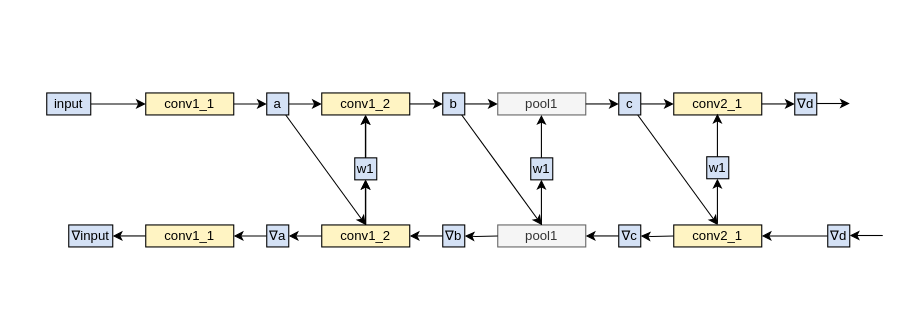
Before: paper1.drawio in icszhr/zhr123nb.github.io, a draw.io diagram. Source tidied: cells renumbered, new cells numbered last; positions are measured from the earlier drawing's top-left corner, leaving out a move shared by most shapes. Both pictures are drawn from the tidied source at 110%, with x=0, y=0 at pixel (46, 92).
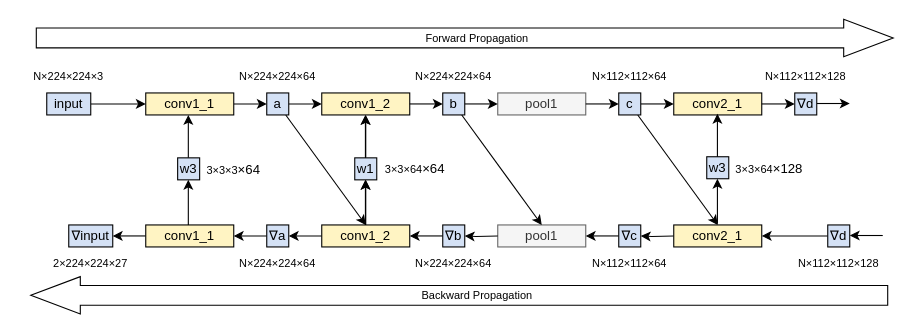
The same diagram, later.

Change to the diagram source:
```diff
@@
-    <mxCell id="48" value="w1" style="rounded=0;whiteSpace=wrap;html=1;fillColor=#D4E1F5;" parent="1" vertex="1">
-      <mxGeometry x="440" y="59" width="20" height="20" as="geometry" />
-    </mxCell>
-    <mxCell id="49" style="edgeStyle=orthogonalEdgeStyle;rounded=0;orthogonalLoop=1;jettySize=auto;html=1;entryX=0.5;entryY=1;entryDx=0;entryDy=0;" parent="1" edge="1">
-      <mxGeometry relative="1" as="geometry">
-        <mxPoint x="449.7" y="120" as="sourcePoint" />
-        <mxPoint x="449.7" y="79" as="targetPoint" />
-      </mxGeometry>
-    </mxCell>
-    <mxCell id="50" style="edgeStyle=orthogonalEdgeStyle;rounded=0;orthogonalLoop=1;jettySize=auto;html=1;entryX=0.5;entryY=1;entryDx=0;entryDy=0;exitX=0.5;exitY=0;exitDx=0;exitDy=0;" parent="1" edge="1">
-      <mxGeometry relative="1" as="geometry">
-        <mxPoint x="449.7" y="59" as="sourcePoint" />
-        <mxPoint x="449.7" y="20" as="targetPoint" />
-      </mxGeometry>
-    </mxCell>
-    <mxCell id="51" value="w1" style="rounded=0;whiteSpace=wrap;html=1;fillColor=#D4E1F5;" parent="1" vertex="1">
+    <mxCell id="51" value="w3" style="rounded=0;whiteSpace=wrap;html=1;fillColor=#D4E1F5;" parent="1" vertex="1">
       <mxGeometry x="600" y="58" width="20" height="20" as="geometry" />
     </mxCell>
@@
+    <mxCell id="54" value="&lt;font style=&quot;font-size: 10px;&quot;&gt;N×224×224×64&lt;/font&gt;" style="text;html=1;strokeColor=none;fillColor=none;align=center;verticalAlign=middle;whiteSpace=wrap;rounded=0;" parent="1" vertex="1">
+      <mxGeometry x="165" y="-40" width="90" height="50" as="geometry" />
+    </mxCell>
+    <mxCell id="55" value="&lt;font style=&quot;font-size: 10px;&quot;&gt;N×224×224×64&lt;/font&gt;" style="text;html=1;strokeColor=none;fillColor=none;align=center;verticalAlign=middle;whiteSpace=wrap;rounded=0;" parent="1" vertex="1">
+      <mxGeometry x="325" y="-40" width="90" height="50" as="geometry" />
+    </mxCell>
+    <mxCell id="56" value="&lt;font style=&quot;font-size: 10px;&quot;&gt;N×112×112×64&lt;/font&gt;" style="text;html=1;strokeColor=none;fillColor=none;align=center;verticalAlign=middle;whiteSpace=wrap;rounded=0;" parent="1" vertex="1">
+      <mxGeometry x="485" y="-40" width="90" height="50" as="geometry" />
+    </mxCell>
+    <mxCell id="57" value="&lt;font style=&quot;font-size: 10px;&quot;&gt;N×112×112×128&lt;/font&gt;" style="text;html=1;strokeColor=none;fillColor=none;align=center;verticalAlign=middle;whiteSpace=wrap;rounded=0;" parent="1" vertex="1">
+      <mxGeometry x="645" y="-40" width="90" height="50" as="geometry" />
+    </mxCell>
+    <mxCell id="58" value="&lt;font style=&quot;font-size: 10px;&quot;&gt;N×224×224×64&lt;/font&gt;" style="text;html=1;strokeColor=none;fillColor=none;align=center;verticalAlign=middle;whiteSpace=wrap;rounded=0;" parent="1" vertex="1">
+      <mxGeometry x="165" y="130" width="90" height="50" as="geometry" />
+    </mxCell>
+    <mxCell id="59" value="&lt;font style=&quot;font-size: 10px;&quot;&gt;N×224×224×64&lt;/font&gt;" style="text;html=1;strokeColor=none;fillColor=none;align=center;verticalAlign=middle;whiteSpace=wrap;rounded=0;" parent="1" vertex="1">
+      <mxGeometry x="325" y="130" width="90" height="50" as="geometry" />
+    </mxCell>
+    <mxCell id="60" value="&lt;font style=&quot;font-size: 10px;&quot;&gt;N×112×112×64&lt;/font&gt;" style="text;html=1;strokeColor=none;fillColor=none;align=center;verticalAlign=middle;whiteSpace=wrap;rounded=0;" parent="1" vertex="1">
+      <mxGeometry x="485" y="130" width="90" height="50" as="geometry" />
+    </mxCell>
+    <mxCell id="61" value="&lt;font style=&quot;font-size: 10px;&quot;&gt;N×112×112×128&lt;/font&gt;" style="text;html=1;strokeColor=none;fillColor=none;align=center;verticalAlign=middle;whiteSpace=wrap;rounded=0;" parent="1" vertex="1">
+      <mxGeometry x="675" y="130" width="90" height="50" as="geometry" />
+    </mxCell>
+    <mxCell id="62" value="&lt;font style=&quot;font-size: 10px;&quot;&gt;3×3×64&lt;/font&gt;×64" style="text;html=1;strokeColor=none;fillColor=none;align=center;verticalAlign=middle;whiteSpace=wrap;rounded=0;" parent="1" vertex="1">
+      <mxGeometry x="295" y="52" width="80" height="34" as="geometry" />
+    </mxCell>
+    <mxCell id="63" value="&lt;font style=&quot;font-size: 10px;&quot;&gt;3×3×64&lt;/font&gt;×128" style="text;html=1;strokeColor=none;fillColor=none;align=center;verticalAlign=middle;whiteSpace=wrap;rounded=0;" parent="1" vertex="1">
+      <mxGeometry x="617" y="52" width="80" height="34" as="geometry" />
+    </mxCell>
+    <mxCell id="64" value="&lt;font style=&quot;font-size: 10px;&quot;&gt;N×224×224×3&lt;/font&gt;" style="text;html=1;strokeColor=none;fillColor=none;align=center;verticalAlign=middle;whiteSpace=wrap;rounded=0;" parent="1" vertex="1">
+      <mxGeometry x="-25" y="-40" width="90" height="50" as="geometry" />
+    </mxCell>
+    <mxCell id="65" value="&lt;font style=&quot;font-size: 10px;&quot;&gt;2×224×224×27&lt;/font&gt;" style="text;html=1;strokeColor=none;fillColor=none;align=center;verticalAlign=middle;whiteSpace=wrap;rounded=0;" parent="1" vertex="1">
+      <mxGeometry x="-5" y="130" width="90" height="50" as="geometry" />
+    </mxCell>
+    <mxCell id="66" value="w3" style="rounded=0;whiteSpace=wrap;html=1;fillColor=#D4E1F5;" parent="1" vertex="1">
+      <mxGeometry x="119" y="59" width="20" height="20" as="geometry" />
+    </mxCell>
+    <mxCell id="67" style="edgeStyle=orthogonalEdgeStyle;rounded=0;orthogonalLoop=1;jettySize=auto;html=1;entryX=0.5;entryY=1;entryDx=0;entryDy=0;" parent="1" edge="1">
+      <mxGeometry relative="1" as="geometry">
+        <mxPoint x="128.7" y="120" as="sourcePoint" />
+        <mxPoint x="128.7" y="79" as="targetPoint" />
+      </mxGeometry>
+    </mxCell>
+    <mxCell id="68" style="edgeStyle=orthogonalEdgeStyle;rounded=0;orthogonalLoop=1;jettySize=auto;html=1;entryX=0.5;entryY=1;entryDx=0;entryDy=0;exitX=0.5;exitY=0;exitDx=0;exitDy=0;" parent="1" edge="1">
+      <mxGeometry relative="1" as="geometry">
+        <mxPoint x="128.7" y="59" as="sourcePoint" />
+        <mxPoint x="128.7" y="20" as="targetPoint" />
+      </mxGeometry>
+    </mxCell>
+    <mxCell id="69" value="&lt;font style=&quot;font-size: 10px;&quot;&gt;3×3×3&lt;/font&gt;×64" style="text;html=1;strokeColor=none;fillColor=none;align=center;verticalAlign=middle;whiteSpace=wrap;rounded=0;" parent="1" vertex="1">
+      <mxGeometry x="130" y="53" width="80" height="34" as="geometry" />
+    </mxCell>
+    <mxCell id="70" style="shape=flexArrow;endArrow=classic;html=1;rounded=0;endWidth=15;endSize=14.67;startSize=6;strokeColor=default;fillColor=none;strokeWidth=1;arcSize=20;width=18;" parent="1" edge="1">
+      <mxGeometry relative="1" as="geometry">
+        <mxPoint x="-10" y="-50" as="sourcePoint" />
+        <mxPoint x="770" y="-50" as="targetPoint" />
+      </mxGeometry>
+    </mxCell>
+    <mxCell id="71" value="&lt;font style=&quot;font-size: 10px;&quot;&gt;Forward Propagation&lt;/font&gt;" style="edgeLabel;html=1;align=center;verticalAlign=middle;" parent="70" vertex="1">
+      <mxGeometry x="0.06" y="-2" relative="1" as="geometry">
+        <mxPoint x="-13" y="-3" as="offset" />
+      </mxGeometry>
+    </mxCell>
+    <mxCell id="72" style="shape=flexArrow;endArrow=classic;html=1;rounded=0;endWidth=15;endSize=14.67;startSize=6;strokeColor=default;fillColor=none;strokeWidth=1;arcSize=20;width=18;" parent="1" edge="1">
+      <mxGeometry relative="1" as="geometry">
+        <mxPoint x="765" y="184" as="sourcePoint" />
+        <mxPoint x="-15" y="184" as="targetPoint" />
+      </mxGeometry>
+    </mxCell>
+    <mxCell id="73" value="&lt;font style=&quot;font-size: 10px;&quot;&gt;Backward Propagation&lt;/font&gt;" style="edgeLabel;html=1;align=center;verticalAlign=middle;" parent="72" vertex="1">
+      <mxGeometry x="0.06" y="-2" relative="1" as="geometry">
+        <mxPoint x="38" y="1" as="offset" />
+      </mxGeometry>
+    </mxCell>
```
